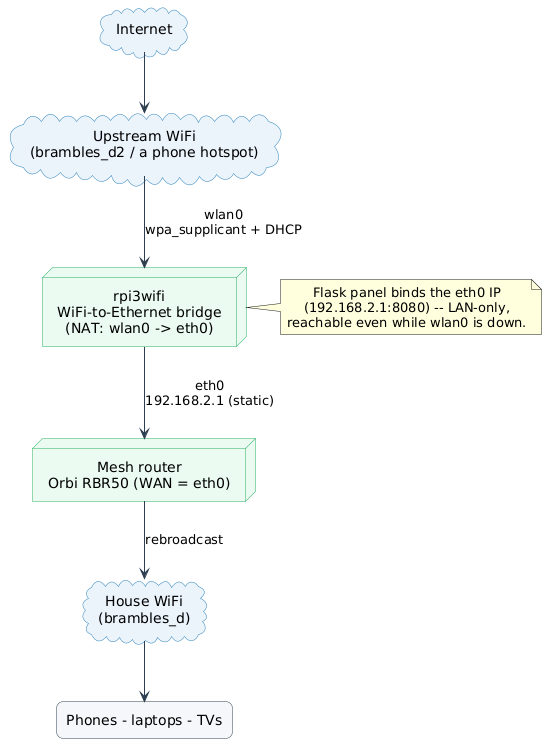
This is docs/diagrams/bridge-topology.png from calapor/networkswitcher, a PlantUML export, as it was before one commit.
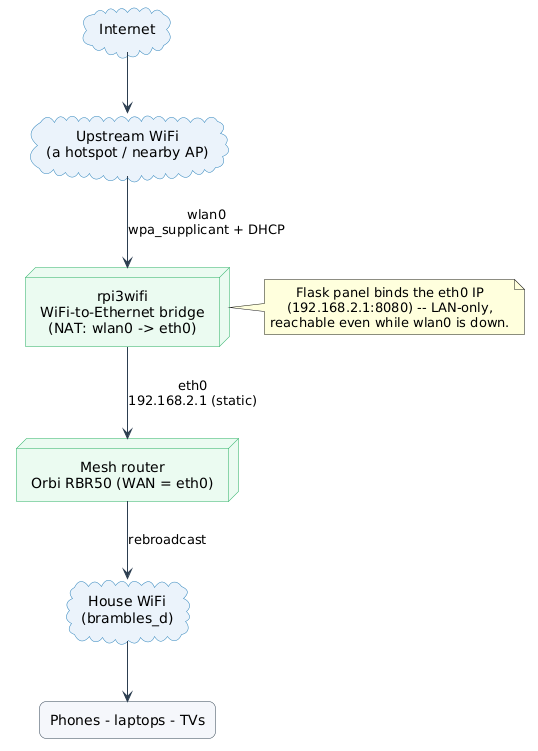
The same file after the commit.

Commit message:
Rename upstream SSID to generic hotspot in diagrams

What changed in the source:
```diff
@@ -17,7 +17,7 @@
 }
 
 cloud "Internet" as inet
-cloud "Upstream WiFi\n(brambles_d2 / a phone hotspot)" as up
+cloud "Upstream WiFi\n(a hotspot / nearby AP)" as up
 node "rpi3wifi\nWiFi-to-Ethernet bridge\n(NAT: wlan0 -> eth0)" as pi
 node "Mesh router\nOrbi RBR50 (WAN = eth0)" as orbi
 cloud "House WiFi\n(brambles_d)" as house
```
